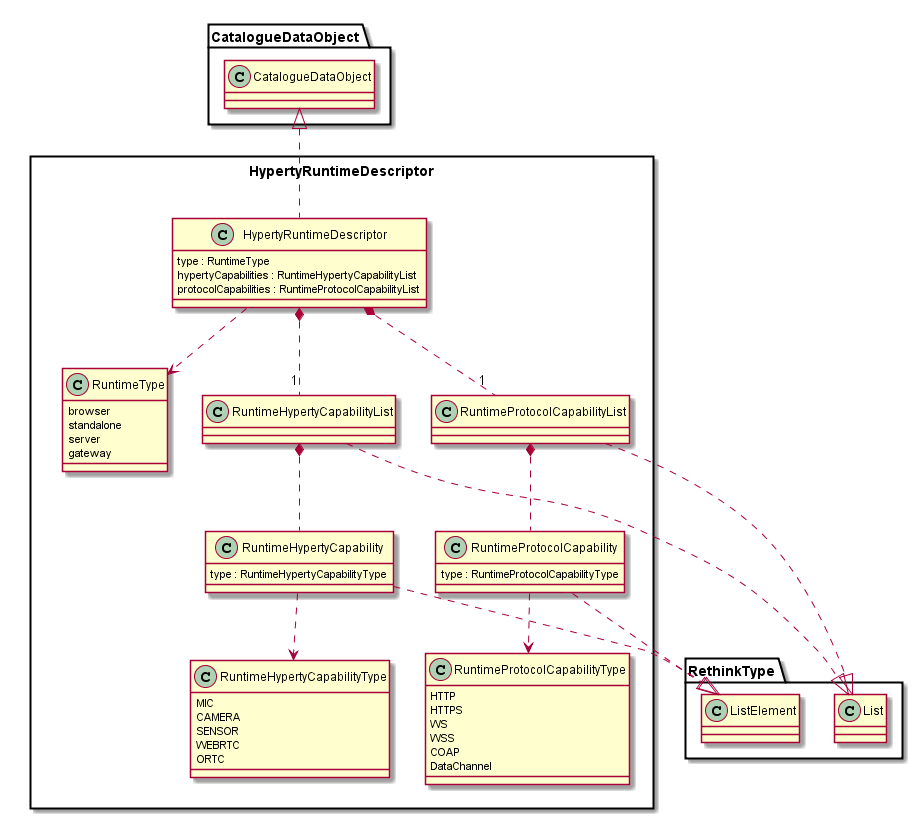
reTHINK-project/dev-service-framework keeps this PlantUML diagram as docs/datamodel/Hyperty-Runtime-Descriptor-Data-Object-Model.png. Above is the earlier version.
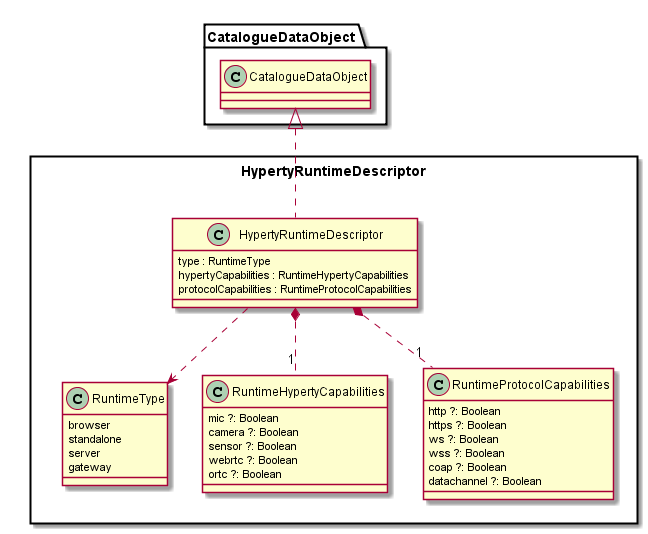
The same diagram one commit later.

Diff of the diagram source:
```diff
@@ -4,8 +4,8 @@
 
 	class HypertyRuntimeDescriptor {
 		type : RuntimeType
-		hypertyCapabilities : RuntimeHypertyCapabilityList
-		protocolCapabilities : RuntimeProtocolCapabilityList
+		hypertyCapabilities : RuntimeHypertyCapabilities
+		protocolCapabilities : RuntimeProtocolCapabilities
 	}
 
 	class RuntimeType {
@@ -15,59 +15,33 @@
 		gateway
 	}
 
-	class RuntimeHypertyCapabilityType {
-		MIC
-		CAMERA
-		SENSOR
-		WEBRTC
-		ORTC
+	class RuntimeHypertyCapabilities {
+		mic ?: Boolean
+		camera ?: Boolean
+		sensor ?: Boolean
+		webrtc ?: Boolean
+		ortc ?: Boolean
 	}
 
-	class RuntimeProtocolCapabilityType {
-		HTTP
-		HTTPS
-		WS
-		WSS
-		COAP
-		DataChannel
+	class RuntimeProtocolCapabilities {
+		http ?: Boolean
+		https ?: Boolean
+		ws ?: Boolean
+		wss ?: Boolean
+		coap ?: Boolean
+		datachannel ?: Boolean
 	}
 
-	class RuntimeHypertyCapabilityList {
-	}
 
-	class RuntimeProtocolCapabilityList {
-	}
-
-	class RuntimeHypertyCapability {
-		type : RuntimeHypertyCapabilityType
-	}
-
-	class RuntimeProtocolCapability {
-		type : RuntimeProtocolCapabilityType
-	}
-
-	RuntimeHypertyCapability ..> RuntimeHypertyCapabilityType
-	RuntimeProtocolCapability ..> RuntimeProtocolCapabilityType
 
 	HypertyRuntimeDescriptor ..> RuntimeType
 
-	HypertyRuntimeDescriptor *.. "1" RuntimeHypertyCapabilityList
+	HypertyRuntimeDescriptor *.. "1" RuntimeHypertyCapabilities
 
-	HypertyRuntimeDescriptor *.. "1" RuntimeProtocolCapabilityList
+	HypertyRuntimeDescriptor *.. "1" RuntimeProtocolCapabilities
 
 	HypertyRuntimeDescriptor .up.|> CatalogueDataObject.CatalogueDataObject
 
-	RuntimeHypertyCapabilityList *.. RuntimeHypertyCapability
-
-	RuntimeProtocolCapabilityList *.. RuntimeProtocolCapability
-
-	RuntimeHypertyCapabilityList .down.|> RethinkType.List
-
-	RuntimeProtocolCapabilityList .down.|> RethinkType.List
-
-	RuntimeHypertyCapability .down.|> RethinkType.ListElement
-
-	RuntimeProtocolCapability .down.|> RethinkType.ListElement
 }
 
 @enduml
```
